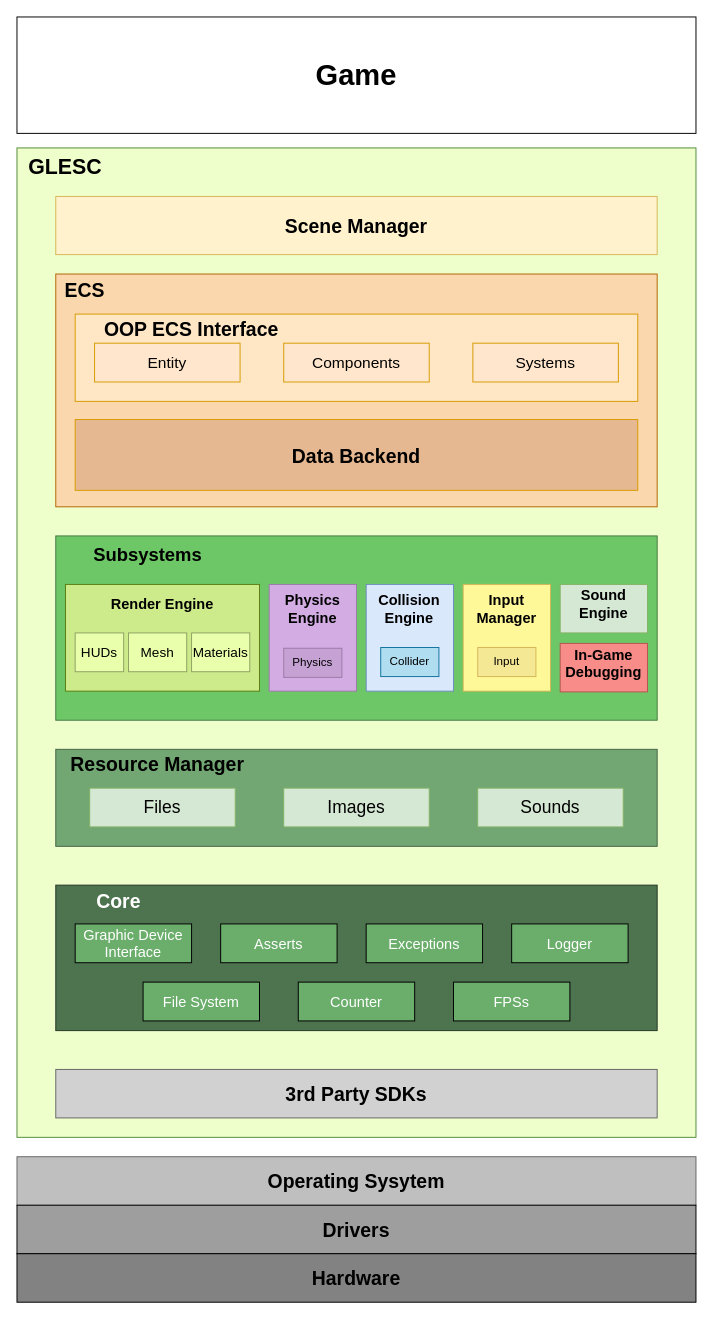
This is doc/diagrams/Architecture_Diagram.drawio from valydumitru01/GLESC, a draw.io file, before an edit. Source tidied: cells renumbered, new cells numbered last; positions are measured from the earlier drawing's top-left corner, leaving out a move shared by most shapes. Both pictures are drawn from the tidied source at 97%, with x=0, y=0 at pixel (16, 16).
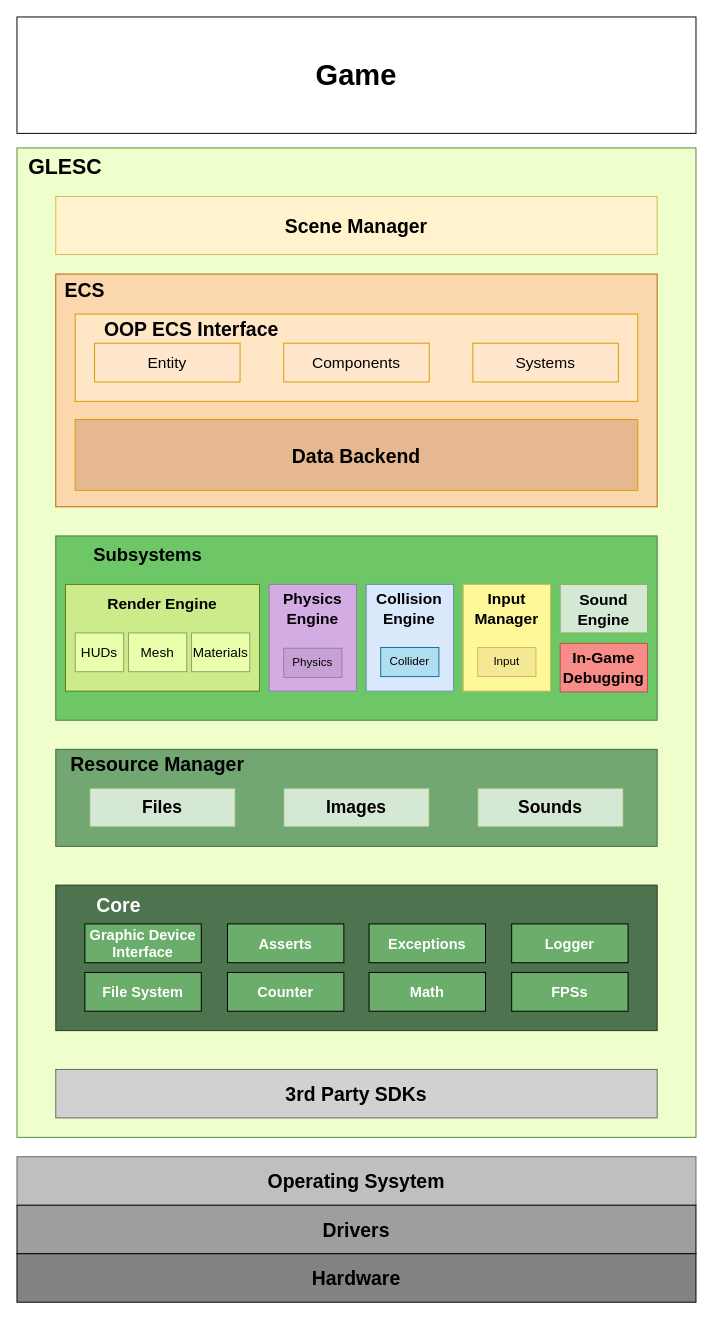
Above is the later version.

Change to the diagram source:
```diff
@@
-    <mxCell id="11" value="&lt;font style=&quot;font-size: 15px;&quot;&gt;Physics Engine&lt;/font&gt;" style="text;html=1;strokeColor=none;fillColor=none;align=center;verticalAlign=middle;whiteSpace=wrap;rounded=0;fontSize=15;fontStyle=1;shadow=0;glass=0;" parent="1" vertex="1">
+    <mxCell id="11" value="&lt;font style=&quot;font-size: 16px;&quot;&gt;Physics Engine&lt;/font&gt;" style="text;html=1;strokeColor=none;fillColor=none;align=center;verticalAlign=middle;whiteSpace=wrap;rounded=0;fontSize=16;fontStyle=1;shadow=0;glass=0;" parent="1" vertex="1">
       <mxGeometry x="260" y="590" width="90" height="40.8" as="geometry" />
     </mxCell>
@@
-    <mxCell id="14" value="&lt;font style=&quot;font-size: 15px;&quot;&gt;Sound&lt;br style=&quot;font-size: 15px;&quot;&gt;Engine&lt;br style=&quot;font-size: 15px;&quot;&gt;&lt;/font&gt;" style="text;html=1;strokeColor=none;fillColor=none;align=center;verticalAlign=middle;whiteSpace=wrap;rounded=0;fontSize=15;fontStyle=1;shadow=0;glass=0;" parent="1" vertex="1">
-      <mxGeometry x="560" y="585" width="90" height="40" as="geometry" />
+    <mxCell id="14" value="&lt;font style=&quot;font-size: 16px;&quot;&gt;Sound&lt;br style=&quot;font-size: 16px;&quot;&gt;Engine&lt;br style=&quot;font-size: 16px;&quot;&gt;&lt;/font&gt;" style="text;html=1;strokeColor=none;fillColor=none;align=center;verticalAlign=middle;whiteSpace=wrap;rounded=0;fontSize=16;fontStyle=1;shadow=0;glass=0;" parent="1" vertex="1">
+      <mxGeometry x="560" y="590.8" width="90" height="40" as="geometry" />
     </mxCell>
@@
-    <mxCell id="16" value="&lt;font style=&quot;font-size: 15px;&quot;&gt;Collision Engine&lt;/font&gt;" style="text;html=1;strokeColor=none;fillColor=none;align=center;verticalAlign=middle;whiteSpace=wrap;rounded=0;fontSize=15;fontStyle=1;shadow=0;glass=0;" parent="1" vertex="1">
+    <mxCell id="16" value="&lt;font style=&quot;font-size: 16px;&quot;&gt;Collision Engine&lt;/font&gt;" style="text;html=1;strokeColor=none;fillColor=none;align=center;verticalAlign=middle;whiteSpace=wrap;rounded=0;fontSize=16;fontStyle=1;shadow=0;glass=0;" parent="1" vertex="1">
       <mxGeometry x="362.4" y="590" width="85.1" height="40" as="geometry" />
     </mxCell>
@@
-    <mxCell id="19" value="&lt;font style=&quot;font-size: 15px;&quot;&gt;In-Game Debugging&lt;/font&gt;" style="text;html=1;strokeColor=none;fillColor=none;align=center;verticalAlign=middle;whiteSpace=wrap;rounded=0;fontSize=15;fontStyle=1;shadow=0;glass=0;" parent="1" vertex="1">
-      <mxGeometry x="560" y="645.8" width="90" height="40" as="geometry" />
+    <mxCell id="19" value="&lt;font style=&quot;font-size: 16px;&quot;&gt;In-Game Debugging&lt;/font&gt;" style="text;html=1;strokeColor=none;fillColor=none;align=center;verticalAlign=middle;whiteSpace=wrap;rounded=0;fontSize=16;fontStyle=1;shadow=0;glass=0;" parent="1" vertex="1">
+      <mxGeometry x="560" y="650.8" width="90" height="40" as="geometry" />
     </mxCell>
@@
-    <mxCell id="21" value="&lt;b style=&quot;font-size: 15px;&quot;&gt;&lt;font style=&quot;font-size: 15px;&quot;&gt;Input Manager&lt;/font&gt;&lt;/b&gt;" style="text;html=1;strokeColor=none;fillColor=none;align=center;verticalAlign=middle;whiteSpace=wrap;rounded=0;fontSize=15;shadow=0;glass=0;" parent="1" vertex="1">
+    <mxCell id="21" value="&lt;span style=&quot;font-size: 16px;&quot;&gt;&lt;font style=&quot;font-size: 16px;&quot;&gt;Input Manager&lt;/font&gt;&lt;/span&gt;" style="text;html=1;strokeColor=none;fillColor=none;align=center;verticalAlign=middle;whiteSpace=wrap;rounded=0;fontSize=16;shadow=0;glass=0;fontStyle=1;" parent="1" vertex="1">
       <mxGeometry x="462.2" y="590" width="85.5" height="40" as="geometry" />
     </mxCell>
@@
-    <mxCell id="24" value="&lt;font style=&quot;font-size: 15px;&quot;&gt;Render Engine&lt;/font&gt;" style="text;html=1;strokeColor=none;fillColor=none;align=center;verticalAlign=middle;whiteSpace=wrap;rounded=0;fontSize=15;fontStyle=1;shadow=0;glass=0;" parent="1" vertex="1">
+    <mxCell id="24" value="&lt;font style=&quot;font-size: 16px;&quot;&gt;Render Engine&lt;/font&gt;" style="text;html=1;strokeColor=none;fillColor=none;align=center;verticalAlign=middle;whiteSpace=wrap;rounded=0;fontSize=16;fontStyle=1;shadow=0;glass=0;" parent="1" vertex="1">
       <mxGeometry x="50" y="585" width="200" height="40.8" as="geometry" />
     </mxCell>
@@
-    <mxCell id="29" value="&lt;font style=&quot;font-size: 18px;&quot;&gt;Files&lt;/font&gt;" style="rounded=0;whiteSpace=wrap;html=1;fillColor=#d5e8d4;strokeColor=#82b366;flipV=1;flipH=0;" parent="1" vertex="1">
+    <mxCell id="29" value="&lt;font style=&quot;font-size: 18px;&quot;&gt;Files&lt;/font&gt;" style="rounded=0;whiteSpace=wrap;html=1;fillColor=#d5e8d4;strokeColor=#82b366;flipV=1;flipH=0;fontStyle=1;" parent="1" vertex="1">
       <mxGeometry x="75" y="795" width="150" height="40" as="geometry" />
     </mxCell>
@@
-    <mxCell id="31" value="&lt;font style=&quot;font-size: 18px;&quot;&gt;Images&lt;/font&gt;" style="rounded=0;whiteSpace=wrap;html=1;fillColor=#d5e8d4;strokeColor=#82b366;flipV=1;flipH=0;" parent="1" vertex="1">
+    <mxCell id="31" value="&lt;font style=&quot;font-size: 18px;&quot;&gt;Images&lt;/font&gt;" style="rounded=0;whiteSpace=wrap;html=1;fillColor=#d5e8d4;strokeColor=#82b366;flipV=1;flipH=0;fontStyle=1;" parent="1" vertex="1">
       <mxGeometry x="275" y="795" width="150" height="40" as="geometry" />
     </mxCell>
-    <mxCell id="32" value="&lt;font style=&quot;font-size: 18px;&quot;&gt;Sounds&lt;/font&gt;" style="rounded=0;whiteSpace=wrap;html=1;fillColor=#d5e8d4;strokeColor=#82b366;flipV=1;flipH=0;" parent="1" vertex="1">
+    <mxCell id="32" value="&lt;font style=&quot;font-size: 18px;&quot;&gt;Sounds&lt;/font&gt;" style="rounded=0;whiteSpace=wrap;html=1;fillColor=#d5e8d4;strokeColor=#82b366;flipV=1;flipH=0;fontStyle=1;" parent="1" vertex="1">
       <mxGeometry x="475" y="795" width="150" height="40" as="geometry" />
     </mxCell>
@@
     <mxCell id="34" value="&lt;b&gt;&lt;font color=&quot;#ffffff&quot; style=&quot;font-size: 20px;&quot;&gt;Core&lt;/font&gt;&lt;/b&gt;" style="text;html=1;strokeColor=none;fillColor=none;align=center;verticalAlign=middle;whiteSpace=wrap;rounded=0;" parent="1" vertex="1">
-      <mxGeometry x="40" y="895" width="130" height="32.1" as="geometry" />
+      <mxGeometry x="40" y="895" width="130" height="40" as="geometry" />
     </mxCell>
-    <mxCell id="35" value="Asserts" style="rounded=0;whiteSpace=wrap;html=1;fillColor=#6bae6c;fontColor=#ffffff;fontSize=15;flipV=1;flipH=1;" parent="1" vertex="1">
-      <mxGeometry x="210" y="935" width="120" height="40" as="geometry" />
+    <mxCell id="35" value="Asserts" style="rounded=0;whiteSpace=wrap;html=1;fillColor=#6bae6c;fontColor=#ffffff;fontSize=15;flipV=1;flipH=1;fontStyle=1;" parent="1" vertex="1">
+      <mxGeometry x="217" y="935" width="120" height="40" as="geometry" />
     </mxCell>
-    <mxCell id="36" value="Exceptions" style="rounded=0;whiteSpace=wrap;html=1;fillColor=#6bae6c;fontColor=#ffffff;fontSize=15;flipV=1;flipH=1;" parent="1" vertex="1">
-      <mxGeometry x="360" y="935" width="120" height="40" as="geometry" />
+    <mxCell id="36" value="Exceptions" style="rounded=0;whiteSpace=wrap;html=1;fillColor=#6bae6c;fontColor=#ffffff;fontSize=15;flipV=1;flipH=1;fontStyle=1;" parent="1" vertex="1">
+      <mxGeometry x="363" y="935" width="120" height="40" as="geometry" />
     </mxCell>
-    <mxCell id="37" value="Logger" style="rounded=0;whiteSpace=wrap;html=1;fillColor=#6bae6c;fontColor=#ffffff;fontSize=15;flipV=1;flipH=1;" parent="1" vertex="1">
+    <mxCell id="37" value="Logger" style="rounded=0;whiteSpace=wrap;html=1;fillColor=#6bae6c;fontColor=#ffffff;fontSize=15;flipV=1;flipH=1;fontStyle=1;" parent="1" vertex="1">
       <mxGeometry x="510" y="935" width="120" height="40" as="geometry" />
     </mxCell>
-    <mxCell id="38" value="Counter" style="rounded=0;whiteSpace=wrap;html=1;fillColor=#6bae6c;fontColor=#ffffff;fontSize=15;flipV=1;flipH=1;" parent="1" vertex="1">
-      <mxGeometry x="290" y="995" width="120" height="40" as="geometry" />
+    <mxCell id="38" value="Counter" style="rounded=0;whiteSpace=wrap;html=1;fillColor=#6bae6c;fontColor=#ffffff;fontSize=15;flipV=1;flipH=1;fontStyle=1;" parent="1" vertex="1">
+      <mxGeometry x="217" y="985" width="120" height="40" as="geometry" />
     </mxCell>
-    <mxCell id="39" value="FPSs" style="rounded=0;whiteSpace=wrap;html=1;fillColor=#6bae6c;fontColor=#ffffff;fontSize=15;flipV=1;flipH=1;" parent="1" vertex="1">
-      <mxGeometry x="450" y="995" width="120" height="40" as="geometry" />
+    <mxCell id="39" value="FPSs" style="rounded=0;whiteSpace=wrap;html=1;fillColor=#6bae6c;fontColor=#ffffff;fontSize=15;flipV=1;flipH=1;fontStyle=1;" parent="1" vertex="1">
+      <mxGeometry x="510" y="985" width="120" height="40" as="geometry" />
     </mxCell>
-    <mxCell id="40" value="File System" style="rounded=0;whiteSpace=wrap;html=1;fillColor=#6bae6c;fontColor=#ffffff;fontSize=15;flipV=1;flipH=1;" parent="1" vertex="1">
-      <mxGeometry x="130" y="995" width="120" height="40" as="geometry" />
+    <mxCell id="40" value="File System" style="rounded=0;whiteSpace=wrap;html=1;fillColor=#6bae6c;fontColor=#ffffff;fontSize=15;flipV=1;flipH=1;fontStyle=1;" parent="1" vertex="1">
+      <mxGeometry x="70" y="985" width="120" height="40" as="geometry" />
     </mxCell>
-    <mxCell id="41" value="Graphic Device Interface" style="rounded=0;whiteSpace=wrap;html=1;fillColor=#6bae6c;fontColor=#ffffff;fontSize=15;flipV=1;flipH=1;" parent="1" vertex="1">
-      <mxGeometry x="60" y="935" width="120" height="40" as="geometry" />
+    <mxCell id="41" value="Graphic Device Interface" style="rounded=0;whiteSpace=wrap;html=1;fillColor=#6bae6c;fontColor=#ffffff;fontSize=15;flipV=1;flipH=1;fontStyle=1;" parent="1" vertex="1">
+      <mxGeometry x="70" y="935" width="120" height="40" as="geometry" />
     </mxCell>
@@
+    <mxCell id="54" value="Math" style="rounded=0;whiteSpace=wrap;html=1;fillColor=#6bae6c;fontColor=#ffffff;fontSize=15;flipV=1;flipH=1;fontStyle=1;" parent="1" vertex="1">
+      <mxGeometry x="363" y="985" width="120" height="40" as="geometry" />
+    </mxCell>
```
